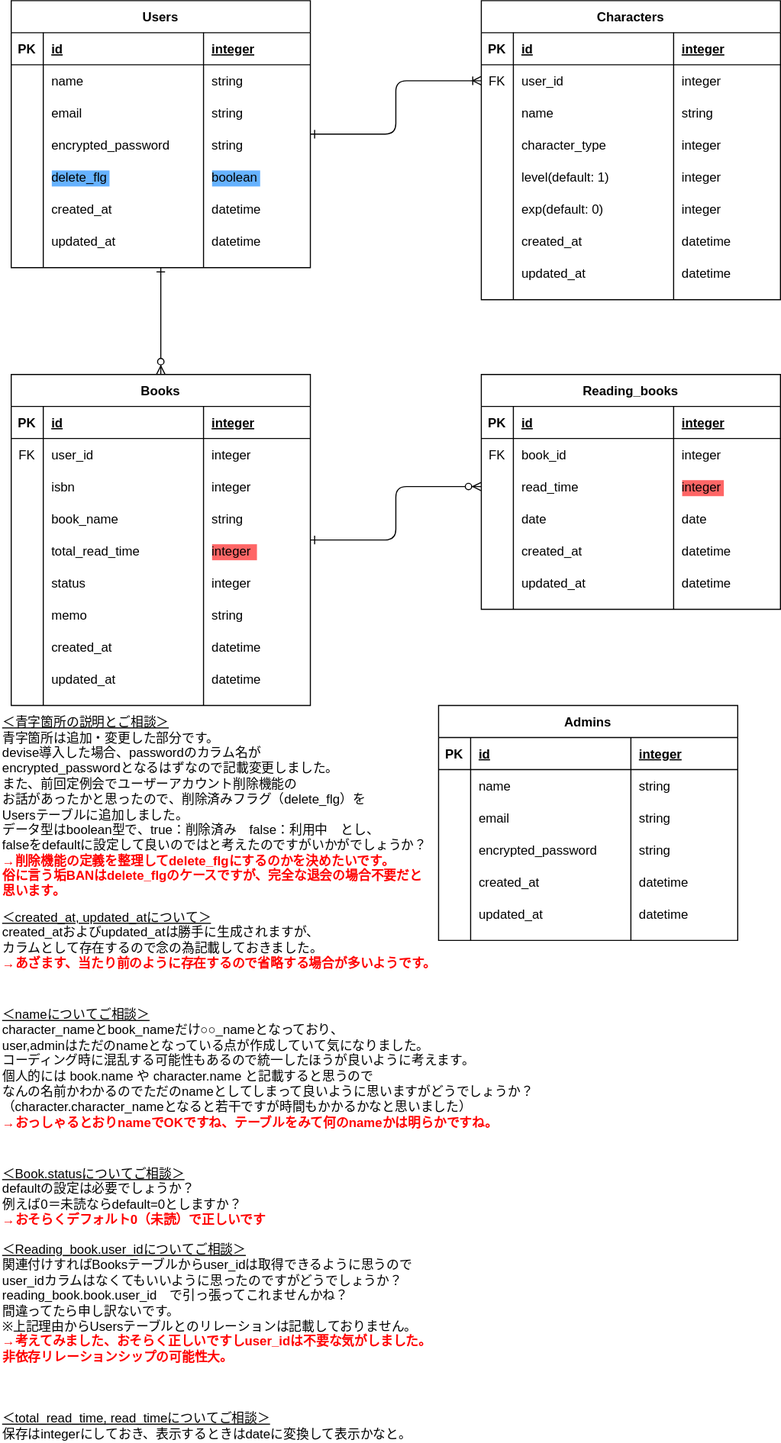
yosnak13/moster-test keeps this draw.io diagram as ER図.drawio.svg. Above is the earlier version. Source tidied: cells renumbered, new cells last; positions are measured from the earlier drawing's top-left corner, leaving out a move shared by most shapes.
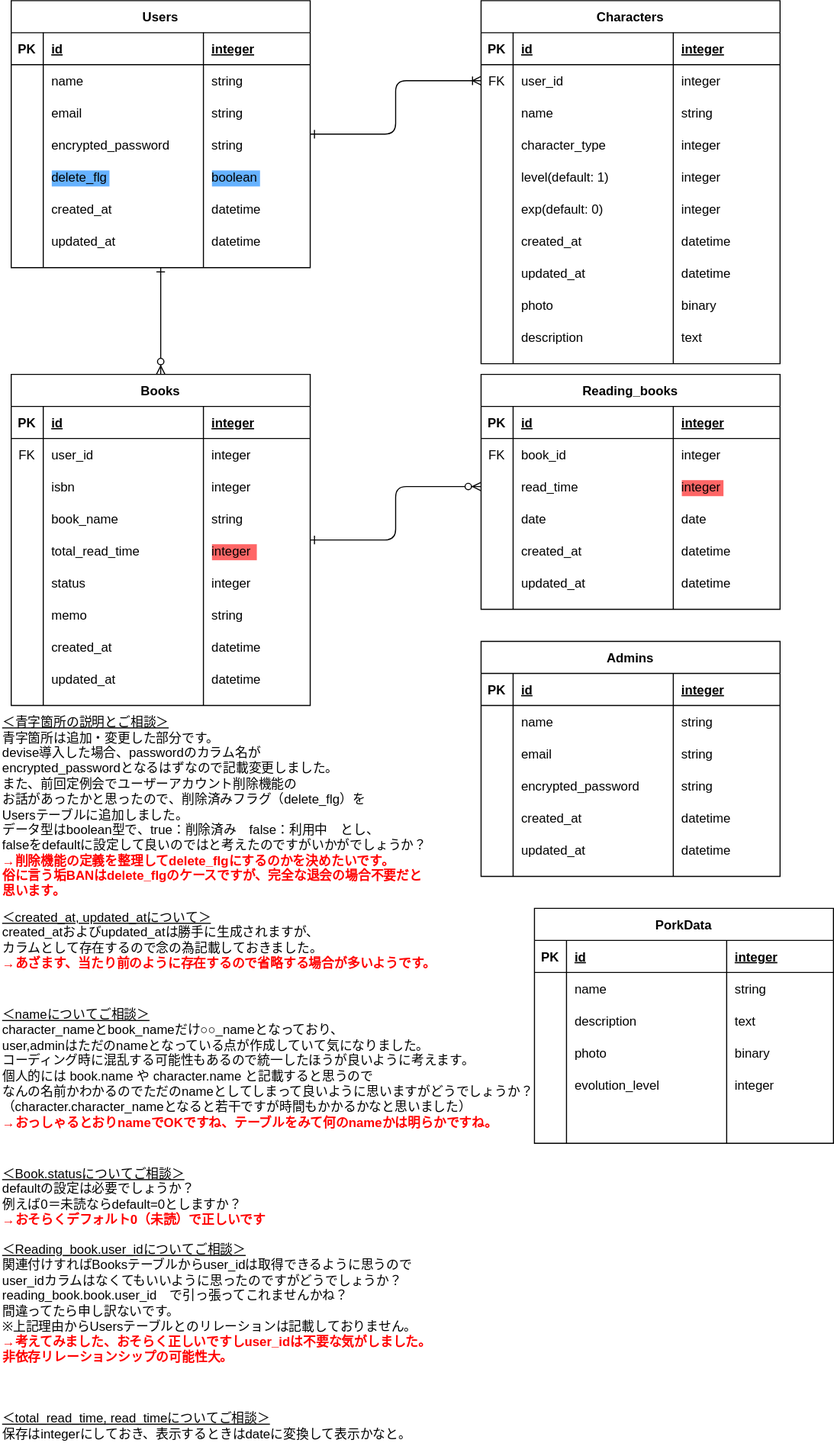
After the commit.

Commit message:
define tabel Porkdata

The edit, as a diff of the source:
```diff
@@ -174,7 +174,7 @@
       <mxGeometry x="180" width="100" height="30" as="geometry" />
     </mxCell>
     <mxCell id="59" value="Characters" style="shape=table;startSize=30;rowLines=0;fontStyle=1;align=center;" parent="1" vertex="1">
-      <mxGeometry x="450" width="280" height="280" as="geometry" />
+      <mxGeometry x="450" width="280" height="340" as="geometry" />
     </mxCell>
     <mxCell id="60" style="shape=partialRectangle;fillColor=none;top=0;left=0;bottom=1;right=0;" parent="59" vertex="1">
       <mxGeometry y="30" width="280" height="30" as="geometry" />
@@ -272,6 +272,30 @@
     <mxCell id="91" value="datetime" style="shape=partialRectangle;fillColor=none;top=0;left=0;bottom=0;right=0;align=left;spacingLeft=6;overflow=hidden;" parent="88" vertex="1">
       <mxGeometry x="180" width="100" height="30" as="geometry" />
     </mxCell>
+    <mxCell id="160" style="shape=partialRectangle;fillColor=none;top=0;left=0;bottom=0;right=0;" parent="59" vertex="1">
+      <mxGeometry y="270" width="280" height="30" as="geometry" />
+    </mxCell>
+    <mxCell id="161" style="shape=partialRectangle;fillColor=none;top=0;left=0;bottom=0;right=0;overflow=hidden;" parent="160" vertex="1">
+      <mxGeometry width="30" height="30" as="geometry" />
+    </mxCell>
+    <mxCell id="162" value="photo" style="shape=partialRectangle;fillColor=none;top=0;left=0;bottom=0;right=0;align=left;spacingLeft=6;overflow=hidden;" parent="160" vertex="1">
+      <mxGeometry x="30" width="150" height="30" as="geometry" />
+    </mxCell>
+    <mxCell id="163" value="binary" style="shape=partialRectangle;fillColor=none;top=0;left=0;bottom=0;right=0;align=left;spacingLeft=6;overflow=hidden;" parent="160" vertex="1">
+      <mxGeometry x="180" width="100" height="30" as="geometry" />
+    </mxCell>
+    <mxCell id="164" style="shape=partialRectangle;fillColor=none;top=0;left=0;bottom=0;right=0;" parent="59" vertex="1">
+      <mxGeometry y="300" width="280" height="30" as="geometry" />
+    </mxCell>
+    <mxCell id="165" style="shape=partialRectangle;fillColor=none;top=0;left=0;bottom=0;right=0;overflow=hidden;" parent="164" vertex="1">
+      <mxGeometry width="30" height="30" as="geometry" />
+    </mxCell>
+    <mxCell id="166" value="description" style="shape=partialRectangle;fillColor=none;top=0;left=0;bottom=0;right=0;align=left;spacingLeft=6;overflow=hidden;" parent="164" vertex="1">
+      <mxGeometry x="30" width="150" height="30" as="geometry" />
+    </mxCell>
+    <mxCell id="167" value="text" style="shape=partialRectangle;fillColor=none;top=0;left=0;bottom=0;right=0;align=left;spacingLeft=6;overflow=hidden;" parent="164" vertex="1">
+      <mxGeometry x="180" width="100" height="30" as="geometry" />
+    </mxCell>
     <mxCell id="92" style="edgeStyle=orthogonalEdgeStyle;rounded=1;jettySize=auto;html=1;entryX=0;entryY=0.5;entryDx=0;entryDy=0;startArrow=ERone;startFill=0;endArrow=ERzeroToMany;endFill=1;" parent="1" edge="1" source="93" target="43">
       <mxGeometry relative="1" as="geometry" />
     </mxCell>
@@ -390,7 +414,7 @@
       <mxGeometry y="1090" width="260" height="60" as="geometry" />
     </mxCell>
     <mxCell id="131" value="Admins" style="shape=table;startSize=30;rowLines=0;fontStyle=1;align=center;labelBackgroundColor=none;" parent="1" vertex="1">
-      <mxGeometry x="410" y="660" width="280" height="220" as="geometry" />
+      <mxGeometry x="450" y="600" width="280" height="220" as="geometry" />
     </mxCell>
     <mxCell id="132" style="shape=partialRectangle;fillColor=none;top=0;left=0;bottom=1;right=0;" parent="131" vertex="1">
       <mxGeometry y="30" width="280" height="30" as="geometry" />
@@ -476,5 +500,80 @@
     <mxCell id="159" value="&lt;u&gt;＜total_read_time, read_timeについてご相談＞&lt;/u&gt;&lt;br&gt;保存はintegerにしておき、表示するときはdateに変換して表示かなと。" style="text;html=1;align=left;verticalAlign=middle;strokeColor=none;" parent="1" vertex="1">
       <mxGeometry y="1320" width="400" height="30" as="geometry" />
     </mxCell>
+    <mxCell id="168" value="PorkData" style="shape=table;startSize=30;rowLines=0;fontStyle=1;align=center;labelBackgroundColor=none;" parent="1" vertex="1">
+      <mxGeometry x="500" y="850" width="280" height="220" as="geometry" />
+    </mxCell>
+    <mxCell id="169" style="shape=partialRectangle;fillColor=none;top=0;left=0;bottom=1;right=0;" parent="168" vertex="1">
+      <mxGeometry y="30" width="280" height="30" as="geometry" />
+    </mxCell>
+    <mxCell id="170" value="PK" style="shape=partialRectangle;fillColor=none;top=0;left=0;bottom=0;right=0;fontStyle=1;overflow=hidden;" parent="169" vertex="1">
+      <mxGeometry width="30" height="30" as="geometry" />
+    </mxCell>
+    <mxCell id="171" value="id" style="shape=partialRectangle;fillColor=none;top=0;left=0;bottom=0;right=0;align=left;spacingLeft=6;fontStyle=5;overflow=hidden;" parent="169" vertex="1">
+      <mxGeometry x="30" width="150" height="30" as="geometry" />
+    </mxCell>
+    <mxCell id="172" value="integer" style="shape=partialRectangle;fillColor=none;top=0;left=0;bottom=0;right=0;align=left;spacingLeft=6;fontStyle=5;overflow=hidden;" parent="169" vertex="1">
+      <mxGeometry x="180" width="100" height="30" as="geometry" />
+    </mxCell>
+    <mxCell id="173" style="shape=partialRectangle;fillColor=none;top=0;left=0;bottom=0;right=0;" parent="168" vertex="1">
+      <mxGeometry y="60" width="280" height="30" as="geometry" />
+    </mxCell>
+    <mxCell id="174" style="shape=partialRectangle;fillColor=none;top=0;left=0;bottom=0;right=0;overflow=hidden;" parent="173" vertex="1">
+      <mxGeometry width="30" height="30" as="geometry" />
+    </mxCell>
+    <mxCell id="175" value="name" style="shape=partialRectangle;fillColor=none;top=0;left=0;bottom=0;right=0;align=left;spacingLeft=6;overflow=hidden;" parent="173" vertex="1">
+      <mxGeometry x="30" width="150" height="30" as="geometry" />
+    </mxCell>
+    <mxCell id="176" value="string" style="shape=partialRectangle;fillColor=none;top=0;left=0;bottom=0;right=0;align=left;spacingLeft=6;overflow=hidden;" parent="173" vertex="1">
+      <mxGeometry x="180" width="100" height="30" as="geometry" />
+    </mxCell>
+    <mxCell id="177" style="shape=partialRectangle;fillColor=none;top=0;left=0;bottom=0;right=0;" parent="168" vertex="1">
+      <mxGeometry y="90" width="280" height="30" as="geometry" />
+    </mxCell>
+    <mxCell id="178" style="shape=partialRectangle;fillColor=none;top=0;left=0;bottom=0;right=0;overflow=hidden;" parent="177" vertex="1">
+      <mxGeometry width="30" height="30" as="geometry" />
+    </mxCell>
+    <mxCell id="179" value="description" style="shape=partialRectangle;fillColor=none;top=0;left=0;bottom=0;right=0;align=left;spacingLeft=6;overflow=hidden;" parent="177" vertex="1">
+      <mxGeometry x="30" width="150" height="30" as="geometry" />
+    </mxCell>
+    <mxCell id="180" value="text" style="shape=partialRectangle;fillColor=none;top=0;left=0;bottom=0;right=0;align=left;spacingLeft=6;overflow=hidden;" parent="177" vertex="1">
+      <mxGeometry x="180" width="100" height="30" as="geometry" />
+    </mxCell>
+    <mxCell id="181" style="shape=partialRectangle;fillColor=none;top=0;left=0;bottom=0;right=0;" parent="168" vertex="1">
+      <mxGeometry y="120" width="280" height="30" as="geometry" />
+    </mxCell>
+    <mxCell id="182" style="shape=partialRectangle;fillColor=none;top=0;left=0;bottom=0;right=0;overflow=hidden;" parent="181" vertex="1">
+      <mxGeometry width="30" height="30" as="geometry" />
+    </mxCell>
+    <mxCell id="183" value="photo" style="shape=partialRectangle;fillColor=none;top=0;left=0;bottom=0;right=0;align=left;spacingLeft=6;overflow=hidden;labelBackgroundColor=none;" parent="181" vertex="1">
+      <mxGeometry x="30" width="150" height="30" as="geometry" />
+    </mxCell>
+    <mxCell id="184" value="binary" style="shape=partialRectangle;fillColor=none;top=0;left=0;bottom=0;right=0;align=left;spacingLeft=6;overflow=hidden;" parent="181" vertex="1">
+      <mxGeometry x="180" width="100" height="30" as="geometry" />
+    </mxCell>
+    <mxCell id="185" style="shape=partialRectangle;fillColor=none;top=0;left=0;bottom=0;right=0;" parent="168" vertex="1">
+      <mxGeometry y="150" width="280" height="30" as="geometry" />
+    </mxCell>
+    <mxCell id="186" style="shape=partialRectangle;fillColor=none;top=0;left=0;bottom=0;right=0;overflow=hidden;" parent="185" vertex="1">
+      <mxGeometry width="30" height="30" as="geometry" />
+    </mxCell>
+    <mxCell id="187" value="evolution_level" style="shape=partialRectangle;fillColor=none;top=0;left=0;bottom=0;right=0;align=left;spacingLeft=6;overflow=hidden;" parent="185" vertex="1">
+      <mxGeometry x="30" width="150" height="30" as="geometry" />
+    </mxCell>
+    <mxCell id="188" value="integer" style="shape=partialRectangle;fillColor=none;top=0;left=0;bottom=0;right=0;align=left;spacingLeft=6;overflow=hidden;" parent="185" vertex="1">
+      <mxGeometry x="180" width="100" height="30" as="geometry" />
+    </mxCell>
+    <mxCell id="189" style="shape=partialRectangle;fillColor=none;top=0;left=0;bottom=0;right=0;" parent="168" vertex="1">
+      <mxGeometry y="180" width="280" height="30" as="geometry" />
+    </mxCell>
+    <mxCell id="190" style="shape=partialRectangle;fillColor=none;top=0;left=0;bottom=0;right=0;overflow=hidden;" parent="189" vertex="1">
+      <mxGeometry width="30" height="30" as="geometry" />
+    </mxCell>
+    <mxCell id="191" style="shape=partialRectangle;fillColor=none;top=0;left=0;bottom=0;right=0;align=left;spacingLeft=6;overflow=hidden;" parent="189" vertex="1">
+      <mxGeometry x="30" width="150" height="30" as="geometry" />
+    </mxCell>
+    <mxCell id="192" style="shape=partialRectangle;fillColor=none;top=0;left=0;bottom=0;right=0;align=left;spacingLeft=6;overflow=hidden;" parent="189" vertex="1">
+      <mxGeometry x="180" width="100" height="30" as="geometry" />
+    </mxCell>
   </root>
 </mxGraphModel>
```
